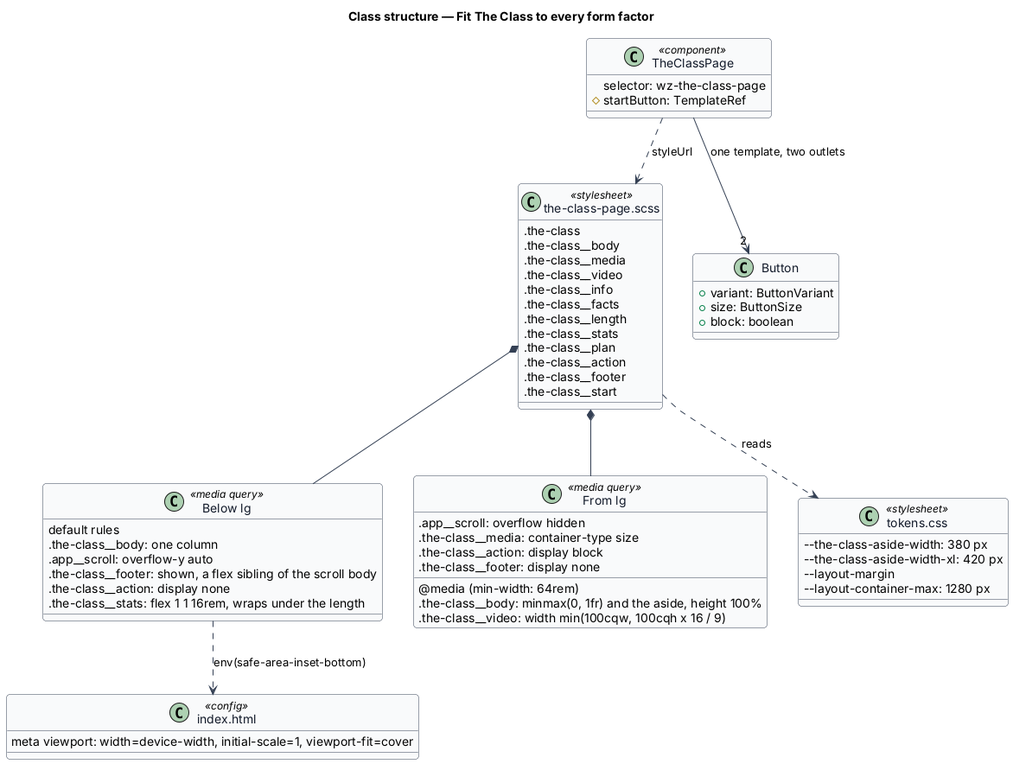
This is docs/detailed-designs/ui/fit-the-class-to-every-form-factor/diagrams/class-structure.png from QuinntyneBrown/ride-one, a PlantUML export, as it was before one commit.
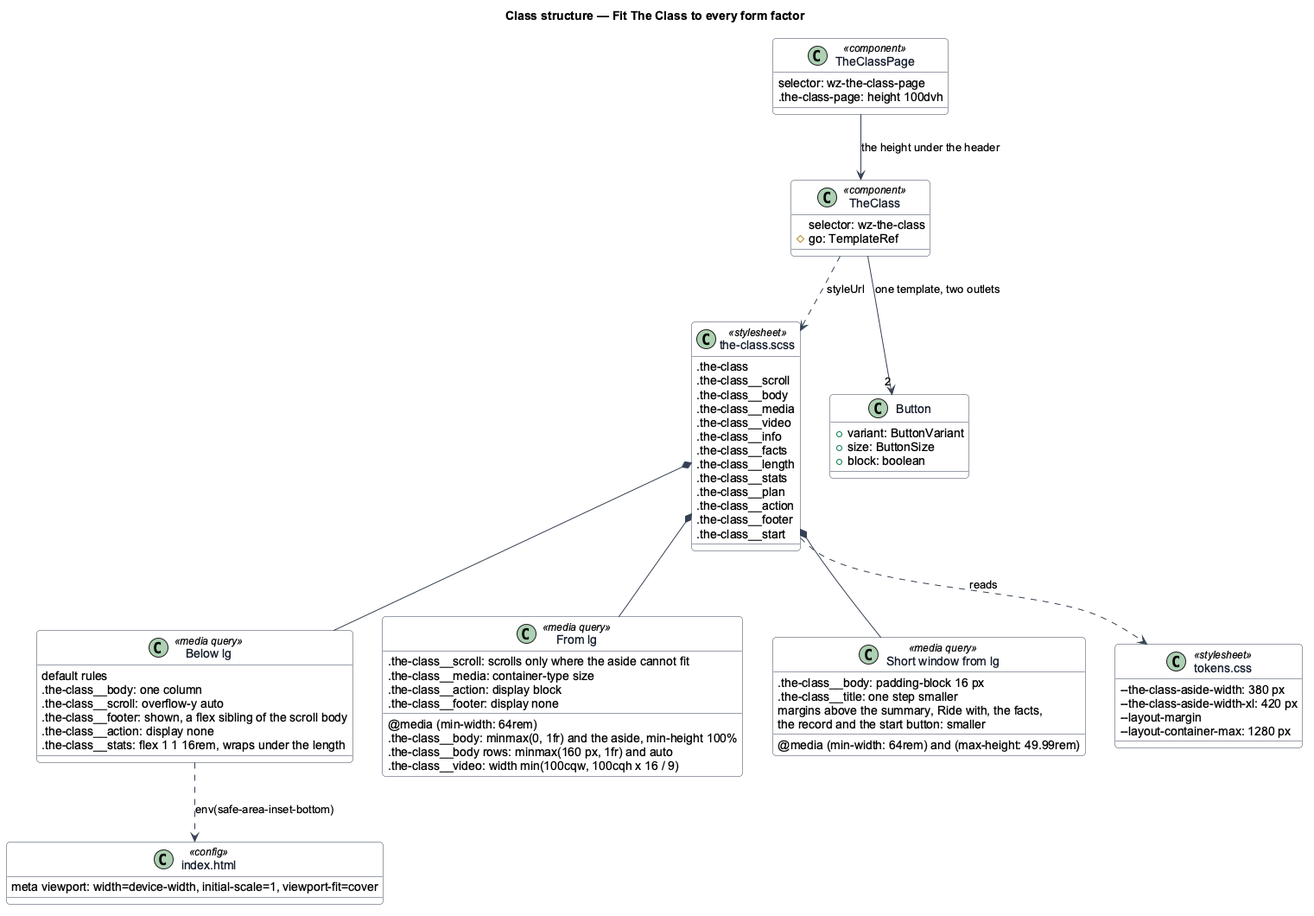
The same file after the commit.

What changed in the source:
```diff
@@ -13,10 +13,15 @@
 
 class TheClassPage <<component>> {
   selector: wz-the-class-page
-  #startButton: TemplateRef
+  .the-class-page: height 100dvh
 }
-class "the-class-page.scss" as Sheet <<stylesheet>> {
+class TheClass <<component>> {
+  selector: wz-the-class
+  #go: TemplateRef
+}
+class "the-class.scss" as Sheet <<stylesheet>> {
   .the-class
+  .the-class~__scroll
   .the-class~__body
   .the-class~__media
   .the-class~__video
@@ -32,19 +37,27 @@
 class "Below lg" as Narrow <<media query>> {
   default rules
   .the-class~__body: one column
-  .app~__scroll: overflow-y auto
+  .the-class~__scroll: overflow-y auto
   .the-class~__footer: shown, a flex sibling of the scroll body
   .the-class~__action: display none
   .the-class~__stats: flex 1 1 16rem, wraps under the length
 }
 class "From lg" as Wide <<media query>> {
   @media (min-width: 64rem)
-  .the-class~__body: minmax(0, 1fr) and the aside, height 100%
-  .app~__scroll: overflow hidden
+  .the-class~__body: minmax(0, 1fr) and the aside, min-height 100%
+  .the-class~__body rows: minmax(160 px, 1fr) and auto
+  .the-class~__scroll: scrolls only where the aside cannot fit
   .the-class~__media: container-type size
   .the-class~__video: width min(100cqw, 100cqh x 16 / 9)
   .the-class~__action: display block
   .the-class~__footer: display none
+}
+class "Short window from lg" as Short <<media query>> {
+  @media (min-width: 64rem) and (max-height: 49.99rem)
+  .the-class~__body: padding-block 16 px
+  .the-class~__title: one step smaller
+  margins above the summary, Ride with, the facts,
+  the record and the start button: smaller
 }
 class "tokens.css" as Tokens <<stylesheet>> {
   --the-class-aside-width: 380 px
@@ -61,10 +74,12 @@
   +block: boolean
 }
 
-TheClassPage ..> Sheet : styleUrl
-TheClassPage --> "2" Button : one template, two outlets
+TheClassPage --> TheClass : the height under the header
+TheClass ..> Sheet : styleUrl
+TheClass --> "2" Button : one template, two outlets
 Sheet *-- Narrow
 Sheet *-- Wide
+Sheet *-- Short
 Sheet ..> Tokens : reads
 Narrow ..> Index : env(safe-area-inset-bottom)
 @enduml
```
